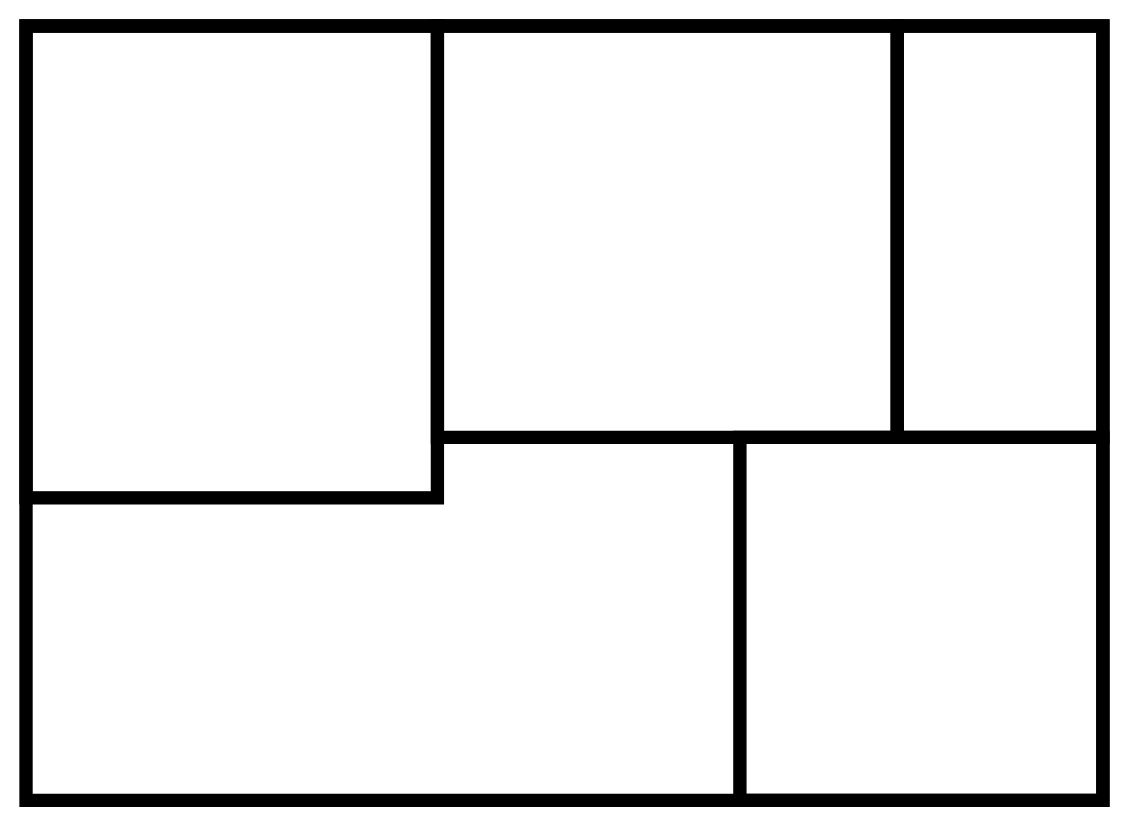
sfadschm/floorplans keeps this draw.io diagram as Untitled Diagram.drawio. Above is the earlier version. Source tidied: cells renumbered, new cells numbered last; positions are measured from the earlier drawing's top-left corner, leaving out a move shared by most shapes. Both pictures are drawn from the tidied source at 121%, with x=0, y=0 at pixel (19, 19).
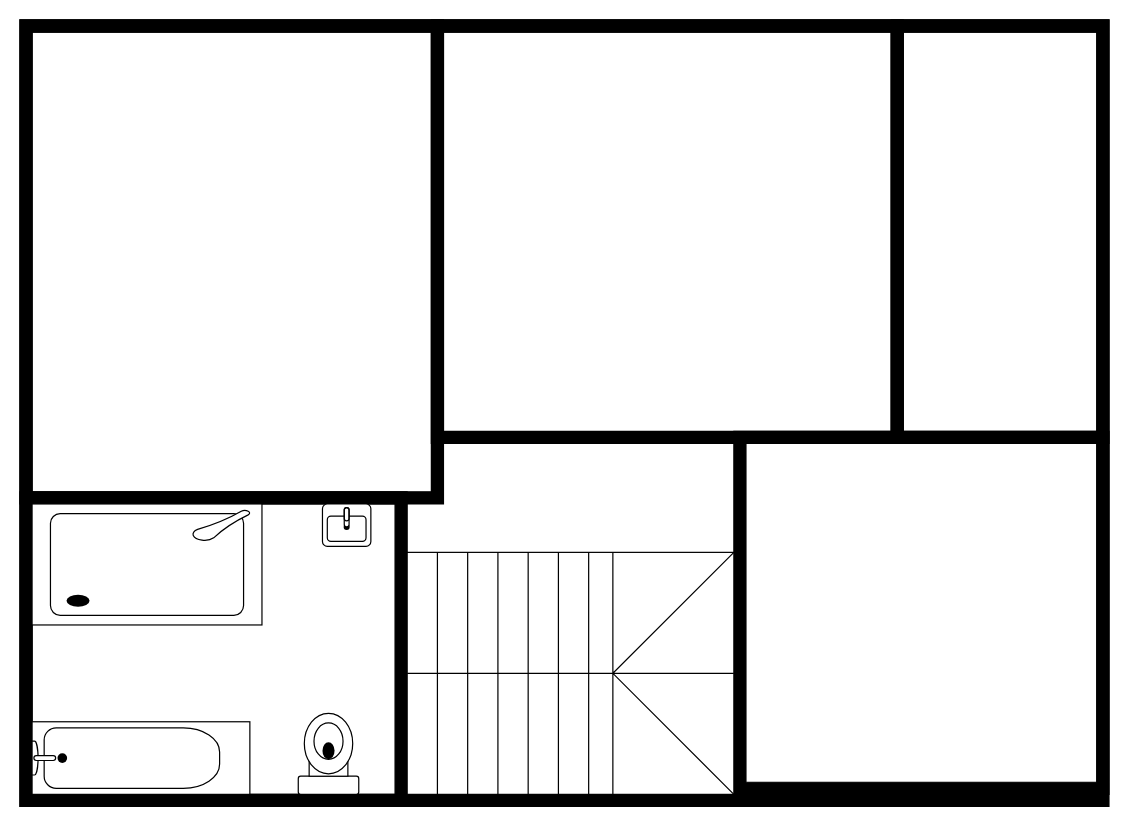
The same diagram, later.

The edit, as a diff of the source:
```diff
@@
 <mxGraphModel>
   <root>
     <mxCell id="0" />
     <mxCell id="1" parent="0" />
     <mxCell id="2" style="verticalLabelPosition=bottom;html=1;verticalAlign=top;align=center;shape=mxgraph.floorplan.room;fillColor=strokeColor;" parent="1" vertex="1">
       <mxGeometry width="900" height="650" as="geometry" />
     </mxCell>
     <mxCell id="3" style="verticalLabelPosition=bottom;html=1;verticalAlign=top;align=center;shape=mxgraph.floorplan.room;fillColor=strokeColor;" parent="1" vertex="1">
       <mxGeometry x="720" width="180" height="350" as="geometry" />
     </mxCell>
     <mxCell id="4" style="verticalLabelPosition=bottom;html=1;verticalAlign=top;align=center;shape=mxgraph.floorplan.room;fillColor=strokeColor;" parent="1" vertex="1">
-      <mxGeometry x="590" y="340" width="310" height="310" as="geometry" />
+      <mxGeometry x="590" y="340" width="310" height="300" as="geometry" />
     </mxCell>
     <mxCell id="5" style="verticalLabelPosition=bottom;html=1;verticalAlign=top;align=center;shape=mxgraph.floorplan.room;fillColor=strokeColor;" parent="1" vertex="1">
       <mxGeometry width="350" height="400" as="geometry" />
     </mxCell>
     <mxCell id="6" style="verticalLabelPosition=bottom;html=1;verticalAlign=top;align=center;shape=mxgraph.floorplan.room;fillColor=strokeColor;" parent="1" vertex="1">
       <mxGeometry x="340" width="390" height="350" as="geometry" />
     </mxCell>
+    <mxCell id="7" style="verticalLabelPosition=bottom;html=1;verticalAlign=top;align=center;shape=mxgraph.floorplan.room;fillColor=strokeColor;" parent="1" vertex="1">
+      <mxGeometry y="390" width="320" height="260" as="geometry" />
+    </mxCell>
+    <mxCell id="8" style="verticalLabelPosition=bottom;html=1;verticalAlign=top;align=center;shape=mxgraph.floorplan.stairsRest;" parent="1" vertex="1">
+      <mxGeometry x="320" y="440" width="270" height="200" as="geometry" />
+    </mxCell>
+    <mxCell id="9" style="verticalLabelPosition=bottom;html=1;verticalAlign=top;align=center;shape=mxgraph.floorplan.sink_22;" parent="1" vertex="1">
+      <mxGeometry x="250" y="400" width="40" height="35" as="geometry" />
+    </mxCell>
+    <mxCell id="10" style="verticalLabelPosition=bottom;html=1;verticalAlign=top;align=center;shape=mxgraph.floorplan.shower2;" parent="1" vertex="1">
+      <mxGeometry x="10" y="400" width="190" height="100" as="geometry" />
+    </mxCell>
+    <mxCell id="11" style="verticalLabelPosition=bottom;html=1;verticalAlign=top;align=center;shape=mxgraph.floorplan.toilet;direction=west;" parent="1" vertex="1">
+      <mxGeometry x="230" y="573" width="50" height="67" as="geometry" />
+    </mxCell>
+    <mxCell id="12" style="verticalLabelPosition=bottom;html=1;verticalAlign=top;align=center;shape=mxgraph.floorplan.bathtub2;" parent="1" vertex="1">
+      <mxGeometry x="10" y="580" width="180" height="60" as="geometry" />
+    </mxCell>
   </root>
 </mxGraphModel>
```
